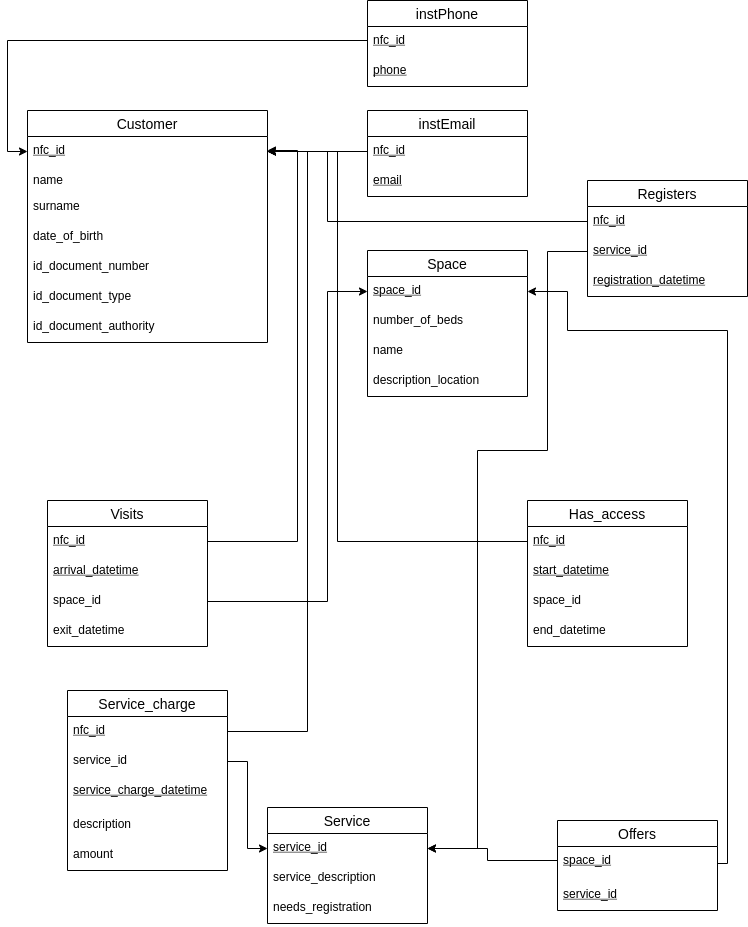
The draw.io diagram report/relationalschema.png in iliaspap/dataBases, before a commit. Source tidied: cells renumbered, new cells last; positions are measured from the earlier drawing's top-left corner, leaving out a move shared by most shapes. Its diagram source:
```xml
<mxGraphModel>
  <root>
    <mxCell id="0" />
    <mxCell id="1" parent="0" />
    <mxCell id="2" value="Customer" style="swimlane;fontStyle=0;horizontal=1;startSize=26;align=center;fontSize=14;" parent="1" vertex="1">
      <mxGeometry x="20" y="110" width="240" height="232" as="geometry" />
    </mxCell>
    <mxCell id="3" value="nfc_id" style="text;strokeColor=none;fillColor=none;spacingLeft=4;spacingRight=4;overflow=hidden;points=[[0,0.5],[1,0.5]];portConstraint=eastwest;fontSize=12;fontStyle=4;" parent="2" vertex="1">
      <mxGeometry y="26" width="240" height="30" as="geometry" />
    </mxCell>
    <mxCell id="4" value="name" style="text;strokeColor=none;fillColor=none;align=left;verticalAlign=top;spacingLeft=4;spacingRight=4;overflow=hidden;" parent="2" vertex="1">
      <mxGeometry y="56" width="240" height="26" as="geometry" />
    </mxCell>
    <mxCell id="5" value="surname" style="text;strokeColor=none;fillColor=none;spacingLeft=4;spacingRight=4;overflow=hidden;fontSize=12;" parent="2" vertex="1">
      <mxGeometry y="82" width="240" height="30" as="geometry" />
    </mxCell>
    <mxCell id="6" value="date_of_birth" style="text;strokeColor=none;fillColor=none;spacingLeft=4;spacingRight=4;overflow=hidden;fontSize=12;" parent="2" vertex="1">
      <mxGeometry y="112" width="240" height="30" as="geometry" />
    </mxCell>
    <mxCell id="7" value="id_document_number" style="text;strokeColor=none;fillColor=none;spacingLeft=4;spacingRight=4;overflow=hidden;fontSize=12;" parent="2" vertex="1">
      <mxGeometry y="142" width="240" height="30" as="geometry" />
    </mxCell>
    <mxCell id="8" value="id_document_type" style="text;strokeColor=none;fillColor=none;spacingLeft=4;spacingRight=4;overflow=hidden;fontSize=12;" parent="2" vertex="1">
      <mxGeometry y="172" width="240" height="30" as="geometry" />
    </mxCell>
    <mxCell id="9" value="id_document_authority" style="text;strokeColor=none;fillColor=none;spacingLeft=4;spacingRight=4;overflow=hidden;fontSize=12;" parent="2" vertex="1">
      <mxGeometry y="202" width="240" height="30" as="geometry" />
    </mxCell>
    <mxCell id="10" value="instEmail" style="swimlane;fontStyle=0;horizontal=1;startSize=26;align=center;fontSize=14;" parent="1" vertex="1">
      <mxGeometry x="360" y="110" width="160" height="86" as="geometry" />
    </mxCell>
    <mxCell id="11" value="nfc_id" style="text;strokeColor=none;fillColor=none;spacingLeft=4;spacingRight=4;overflow=hidden;points=[[0,0.5],[1,0.5]];portConstraint=eastwest;fontSize=12;fontStyle=4;" parent="10" vertex="1">
      <mxGeometry y="26" width="160" height="30" as="geometry" />
    </mxCell>
    <mxCell id="12" value="email" style="text;strokeColor=none;fillColor=none;spacingLeft=4;spacingRight=4;overflow=hidden;fontSize=12;fontStyle=4;" parent="10" vertex="1">
      <mxGeometry y="56" width="160" height="30" as="geometry" />
    </mxCell>
    <mxCell id="13" style="edgeStyle=orthogonalEdgeStyle;rounded=0;jettySize=auto;html=1;entryX=1;entryY=0.5;entryDx=0;entryDy=0;" parent="1" edge="1" source="11" target="3">
      <mxGeometry relative="1" as="geometry" />
    </mxCell>
    <mxCell id="14" value="instPhone" style="swimlane;fontStyle=0;horizontal=1;startSize=26;align=center;fontSize=14;" parent="1" vertex="1">
      <mxGeometry x="360" width="160" height="86" as="geometry" />
    </mxCell>
    <mxCell id="15" value="nfc_id" style="text;strokeColor=none;fillColor=none;spacingLeft=4;spacingRight=4;overflow=hidden;points=[[0,0.5],[1,0.5]];portConstraint=eastwest;fontSize=12;fontStyle=4;" parent="14" vertex="1">
      <mxGeometry y="26" width="160" height="30" as="geometry" />
    </mxCell>
    <mxCell id="16" value="phone" style="text;strokeColor=none;fillColor=none;spacingLeft=4;spacingRight=4;overflow=hidden;fontSize=12;fontStyle=4;" parent="14" vertex="1">
      <mxGeometry y="56" width="160" height="30" as="geometry" />
    </mxCell>
    <mxCell id="17" style="edgeStyle=orthogonalEdgeStyle;rounded=0;jettySize=auto;html=1;exitX=0;exitY=0.5;exitDx=0;exitDy=0;entryX=0;entryY=0.5;entryDx=0;entryDy=0;" parent="1" edge="1" source="15" target="3">
      <mxGeometry relative="1" as="geometry">
        <Array as="points">
          <mxPoint x="360" y="40" />
          <mxPoint y="40" />
          <mxPoint y="151" />
        </Array>
      </mxGeometry>
    </mxCell>
    <mxCell id="18" value="Space" style="swimlane;fontStyle=0;horizontal=1;startSize=26;align=center;fontSize=14;" parent="1" vertex="1">
      <mxGeometry x="360" y="250" width="160" height="146" as="geometry" />
    </mxCell>
    <mxCell id="19" value="space_id" style="text;strokeColor=none;fillColor=none;spacingLeft=4;spacingRight=4;overflow=hidden;points=[[0,0.5],[1,0.5]];portConstraint=eastwest;fontSize=12;fontStyle=4;" parent="18" vertex="1">
      <mxGeometry y="26" width="160" height="30" as="geometry" />
    </mxCell>
    <mxCell id="20" value="number_of_beds" style="text;strokeColor=none;fillColor=none;spacingLeft=4;spacingRight=4;overflow=hidden;fontSize=12;" parent="18" vertex="1">
      <mxGeometry y="56" width="160" height="30" as="geometry" />
    </mxCell>
    <mxCell id="21" value="name" style="text;strokeColor=none;fillColor=none;spacingLeft=4;spacingRight=4;overflow=hidden;fontSize=12;" parent="18" vertex="1">
      <mxGeometry y="86" width="160" height="30" as="geometry" />
    </mxCell>
    <mxCell id="22" value="description_location" style="text;strokeColor=none;fillColor=none;spacingLeft=4;spacingRight=4;overflow=hidden;fontSize=12;" parent="18" vertex="1">
      <mxGeometry y="116" width="160" height="30" as="geometry" />
    </mxCell>
    <mxCell id="23" value="Visits" style="swimlane;fontStyle=0;horizontal=1;startSize=26;align=center;fontSize=14;" parent="1" vertex="1">
      <mxGeometry x="40" y="500" width="160" height="146" as="geometry" />
    </mxCell>
    <mxCell id="24" value="nfc_id" style="text;strokeColor=none;fillColor=none;spacingLeft=4;spacingRight=4;overflow=hidden;points=[[0,0.5],[1,0.5]];portConstraint=eastwest;fontSize=12;fontStyle=4;" parent="23" vertex="1">
      <mxGeometry y="26" width="160" height="30" as="geometry" />
    </mxCell>
    <mxCell id="25" value="arrival_datetime" style="text;strokeColor=none;fillColor=none;spacingLeft=4;spacingRight=4;overflow=hidden;fontSize=12;fontStyle=4;" parent="23" vertex="1">
      <mxGeometry y="56" width="160" height="30" as="geometry" />
    </mxCell>
    <mxCell id="26" value="space_id" style="text;strokeColor=none;fillColor=none;spacingLeft=4;spacingRight=4;overflow=hidden;points=[[0,0.5],[1,0.5]];portConstraint=eastwest;fontSize=12;fontStyle=0;" parent="23" vertex="1">
      <mxGeometry y="86" width="160" height="30" as="geometry" />
    </mxCell>
    <mxCell id="27" value="exit_datetime" style="text;strokeColor=none;fillColor=none;spacingLeft=4;spacingRight=4;overflow=hidden;fontSize=12;" parent="23" vertex="1">
      <mxGeometry y="116" width="160" height="30" as="geometry" />
    </mxCell>
    <mxCell id="28" style="edgeStyle=orthogonalEdgeStyle;rounded=0;jettySize=auto;html=1;exitX=1;exitY=0.5;exitDx=0;exitDy=0;" parent="1" edge="1" source="24">
      <mxGeometry relative="1" as="geometry">
        <mxPoint x="260" y="150" as="targetPoint" />
        <Array as="points">
          <mxPoint x="290" y="541" />
          <mxPoint x="290" y="150" />
        </Array>
      </mxGeometry>
    </mxCell>
    <mxCell id="29" style="edgeStyle=orthogonalEdgeStyle;rounded=0;jettySize=auto;html=1;exitX=1;exitY=0.5;exitDx=0;exitDy=0;entryX=0;entryY=0.5;entryDx=0;entryDy=0;" parent="1" edge="1" source="26" target="19">
      <mxGeometry relative="1" as="geometry">
        <Array as="points">
          <mxPoint x="320" y="601" />
          <mxPoint x="320" y="291" />
        </Array>
      </mxGeometry>
    </mxCell>
    <mxCell id="30" value="Has_access" style="swimlane;fontStyle=0;horizontal=1;startSize=26;align=center;fontSize=14;" parent="1" vertex="1">
      <mxGeometry x="520" y="500" width="160" height="146" as="geometry" />
    </mxCell>
    <mxCell id="31" value="nfc_id" style="text;strokeColor=none;fillColor=none;spacingLeft=4;spacingRight=4;overflow=hidden;points=[[0,0.5],[1,0.5]];portConstraint=eastwest;fontSize=12;fontStyle=4;" parent="30" vertex="1">
      <mxGeometry y="26" width="160" height="30" as="geometry" />
    </mxCell>
    <mxCell id="32" value="start_datetime" style="text;strokeColor=none;fillColor=none;spacingLeft=4;spacingRight=4;overflow=hidden;fontSize=12;fontStyle=4;" parent="30" vertex="1">
      <mxGeometry y="56" width="160" height="30" as="geometry" />
    </mxCell>
    <mxCell id="33" value="space_id" style="text;strokeColor=none;fillColor=none;spacingLeft=4;spacingRight=4;overflow=hidden;fontSize=12;fontStyle=0;" parent="30" vertex="1">
      <mxGeometry y="86" width="160" height="30" as="geometry" />
    </mxCell>
    <mxCell id="34" value="end_datetime" style="text;strokeColor=none;fillColor=none;spacingLeft=4;spacingRight=4;overflow=hidden;fontSize=12;" parent="30" vertex="1">
      <mxGeometry y="116" width="160" height="30" as="geometry" />
    </mxCell>
    <mxCell id="35" value="Service" style="swimlane;fontStyle=0;horizontal=1;startSize=26;align=center;fontSize=14;" parent="1" vertex="1">
      <mxGeometry x="260" y="807" width="160" height="116" as="geometry" />
    </mxCell>
    <mxCell id="36" value="service_id" style="text;strokeColor=none;fillColor=none;spacingLeft=4;spacingRight=4;overflow=hidden;points=[[0,0.5],[1,0.5]];portConstraint=eastwest;fontSize=12;fontStyle=4;" parent="35" vertex="1">
      <mxGeometry y="26" width="160" height="30" as="geometry" />
    </mxCell>
    <mxCell id="37" value="service_description" style="text;strokeColor=none;fillColor=none;spacingLeft=4;spacingRight=4;overflow=hidden;fontSize=12;" parent="35" vertex="1">
      <mxGeometry y="56" width="160" height="30" as="geometry" />
    </mxCell>
    <mxCell id="38" value="needs_registration" style="text;strokeColor=none;fillColor=none;spacingLeft=4;spacingRight=4;overflow=hidden;fontSize=12;" parent="35" vertex="1">
      <mxGeometry y="86" width="160" height="30" as="geometry" />
    </mxCell>
    <mxCell id="39" value="Registers" style="swimlane;fontStyle=0;horizontal=1;startSize=26;align=center;fontSize=14;" parent="1" vertex="1">
      <mxGeometry x="580" y="180" width="160" height="116" as="geometry" />
    </mxCell>
    <mxCell id="40" value="nfc_id" style="text;strokeColor=none;fillColor=none;spacingLeft=4;spacingRight=4;overflow=hidden;points=[[0,0.5],[1,0.5]];portConstraint=eastwest;fontSize=12;fontStyle=4;" parent="39" vertex="1">
      <mxGeometry y="26" width="160" height="30" as="geometry" />
    </mxCell>
    <mxCell id="41" value="service_id" style="text;strokeColor=none;fillColor=none;spacingLeft=4;spacingRight=4;overflow=hidden;points=[[0,0.5],[1,0.5]];portConstraint=eastwest;fontSize=12;fontStyle=4;" parent="39" vertex="1">
      <mxGeometry y="56" width="160" height="30" as="geometry" />
    </mxCell>
    <mxCell id="42" value="registration_datetime" style="text;strokeColor=none;fillColor=none;spacingLeft=4;spacingRight=4;overflow=hidden;fontSize=12;fontStyle=4;" parent="39" vertex="1">
      <mxGeometry y="86" width="160" height="30" as="geometry" />
    </mxCell>
    <mxCell id="43" style="edgeStyle=orthogonalEdgeStyle;rounded=0;jettySize=auto;html=1;exitX=0;exitY=0.5;exitDx=0;exitDy=0;entryX=1;entryY=0.5;entryDx=0;entryDy=0;" parent="1" edge="1" source="40" target="3">
      <mxGeometry relative="1" as="geometry">
        <Array as="points">
          <mxPoint x="320" y="221" />
          <mxPoint x="320" y="151" />
        </Array>
      </mxGeometry>
    </mxCell>
    <mxCell id="44" style="edgeStyle=orthogonalEdgeStyle;rounded=0;jettySize=auto;html=1;exitX=0;exitY=0.5;exitDx=0;exitDy=0;entryX=1;entryY=0.5;entryDx=0;entryDy=0;" parent="1" edge="1" source="41" target="36">
      <mxGeometry relative="1" as="geometry">
        <Array as="points">
          <mxPoint x="540" y="251" />
          <mxPoint x="540" y="450" />
          <mxPoint x="470" y="450" />
          <mxPoint x="470" y="848" />
        </Array>
      </mxGeometry>
    </mxCell>
    <mxCell id="45" style="edgeStyle=orthogonalEdgeStyle;rounded=0;jettySize=auto;html=1;exitX=0;exitY=0.5;exitDx=0;exitDy=0;entryX=1;entryY=0.5;entryDx=0;entryDy=0;" parent="1" edge="1" source="31" target="3">
      <mxGeometry relative="1" as="geometry">
        <Array as="points">
          <mxPoint x="330" y="541" />
          <mxPoint x="330" y="151" />
        </Array>
      </mxGeometry>
    </mxCell>
    <mxCell id="46" value="Offers" style="swimlane;fontStyle=0;horizontal=1;startSize=26;align=center;fontSize=14;" parent="1" vertex="1">
      <mxGeometry x="550" y="820" width="160" height="90" as="geometry" />
    </mxCell>
    <mxCell id="47" value="space_id" style="text;strokeColor=none;fillColor=none;spacingLeft=4;spacingRight=4;overflow=hidden;points=[[0,0.5],[1,0.5]];portConstraint=eastwest;fontSize=12;fontStyle=4;" parent="46" vertex="1">
      <mxGeometry y="26" width="160" height="34" as="geometry" />
    </mxCell>
    <mxCell id="48" value="service_id" style="text;strokeColor=none;fillColor=none;spacingLeft=4;spacingRight=4;overflow=hidden;points=[[0,0.5],[1,0.5]];portConstraint=eastwest;fontSize=12;fontStyle=4;" parent="46" vertex="1">
      <mxGeometry y="60" width="160" height="30" as="geometry" />
    </mxCell>
    <mxCell id="49" style="edgeStyle=orthogonalEdgeStyle;rounded=0;jettySize=auto;html=1;exitX=0;exitY=0.5;exitDx=0;exitDy=0;entryX=1;entryY=0.5;entryDx=0;entryDy=0;" parent="1" edge="1" source="48" target="36">
      <mxGeometry relative="1" as="geometry">
        <Array as="points">
          <mxPoint x="550" y="860" />
          <mxPoint x="480" y="860" />
          <mxPoint x="480" y="848" />
        </Array>
      </mxGeometry>
    </mxCell>
    <mxCell id="50" style="edgeStyle=orthogonalEdgeStyle;rounded=0;jettySize=auto;html=1;exitX=1;exitY=0.5;exitDx=0;exitDy=0;entryX=1;entryY=0.5;entryDx=0;entryDy=0;" parent="1" edge="1" source="47" target="19">
      <mxGeometry relative="1" as="geometry">
        <Array as="points">
          <mxPoint x="720" y="863" />
          <mxPoint x="720" y="330" />
          <mxPoint x="560" y="330" />
          <mxPoint x="560" y="291" />
        </Array>
      </mxGeometry>
    </mxCell>
    <mxCell id="51" value="Service_charge" style="swimlane;fontStyle=0;horizontal=1;startSize=26;align=center;fontSize=14;" parent="1" vertex="1">
      <mxGeometry x="60" y="690" width="160" height="180" as="geometry" />
    </mxCell>
    <mxCell id="52" value="nfc_id" style="text;strokeColor=none;fillColor=none;spacingLeft=4;spacingRight=4;overflow=hidden;points=[[0,0.5],[1,0.5]];portConstraint=eastwest;fontSize=12;fontStyle=4;" parent="51" vertex="1">
      <mxGeometry y="26" width="160" height="30" as="geometry" />
    </mxCell>
    <mxCell id="53" value="service_id" style="text;strokeColor=none;fillColor=none;spacingLeft=4;spacingRight=4;overflow=hidden;points=[[0,0.5],[1,0.5]];portConstraint=eastwest;fontSize=12;fontStyle=0;" parent="51" vertex="1">
      <mxGeometry y="56" width="160" height="30" as="geometry" />
    </mxCell>
    <mxCell id="54" value="service_charge_datetime" style="text;strokeColor=none;fillColor=none;spacingLeft=4;spacingRight=4;overflow=hidden;fontSize=12;fontStyle=4;" parent="51" vertex="1">
      <mxGeometry y="86" width="160" height="34" as="geometry" />
    </mxCell>
    <mxCell id="55" value="description" style="text;strokeColor=none;fillColor=none;spacingLeft=4;spacingRight=4;overflow=hidden;fontSize=12;" parent="51" vertex="1">
      <mxGeometry y="120" width="160" height="30" as="geometry" />
    </mxCell>
    <mxCell id="56" value="amount" style="text;strokeColor=none;fillColor=none;spacingLeft=4;spacingRight=4;overflow=hidden;fontSize=12;" parent="51" vertex="1">
      <mxGeometry y="150" width="160" height="30" as="geometry" />
    </mxCell>
    <mxCell id="57" style="edgeStyle=orthogonalEdgeStyle;rounded=0;jettySize=auto;html=1;exitX=1;exitY=0.5;exitDx=0;exitDy=0;entryX=1;entryY=0.5;entryDx=0;entryDy=0;" parent="1" edge="1" source="52" target="3">
      <mxGeometry relative="1" as="geometry">
        <Array as="points">
          <mxPoint x="300" y="731" />
          <mxPoint x="300" y="151" />
        </Array>
      </mxGeometry>
    </mxCell>
    <mxCell id="58" style="edgeStyle=orthogonalEdgeStyle;rounded=0;jettySize=auto;html=1;exitX=1;exitY=0.5;exitDx=0;exitDy=0;entryX=0;entryY=0.5;entryDx=0;entryDy=0;" parent="1" edge="1" source="53" target="36">
      <mxGeometry relative="1" as="geometry" />
    </mxCell>
  </root>
</mxGraphModel>
```
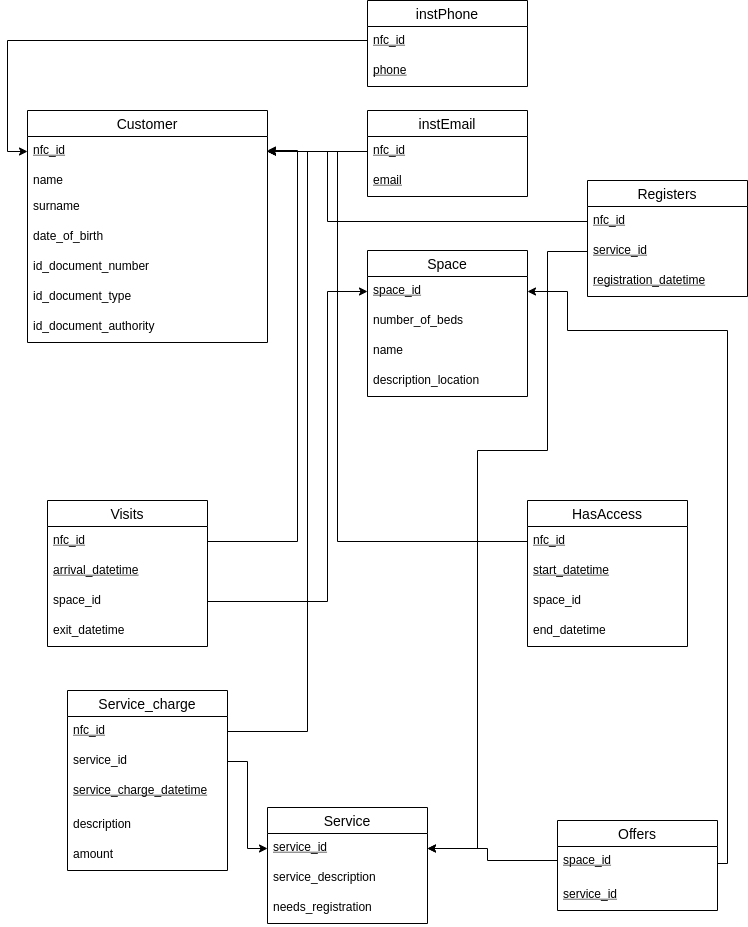
After the commit.

Commit message:
HasAccess relational

The edit, as a diff of the source:
```diff
@@ -103,7 +103,7 @@
         </Array>
       </mxGeometry>
     </mxCell>
-    <mxCell id="30" value="Has_access" style="swimlane;fontStyle=0;horizontal=1;startSize=26;align=center;fontSize=14;" parent="1" vertex="1">
+    <mxCell id="30" value="HasAccess" style="swimlane;fontStyle=0;horizontal=1;startSize=26;align=center;fontSize=14;" parent="1" vertex="1">
       <mxGeometry x="520" y="500" width="160" height="146" as="geometry" />
     </mxCell>
     <mxCell id="31" value="nfc_id" style="text;strokeColor=none;fillColor=none;spacingLeft=4;spacingRight=4;overflow=hidden;points=[[0,0.5],[1,0.5]];portConstraint=eastwest;fontSize=12;fontStyle=4;" parent="30" vertex="1">
```
